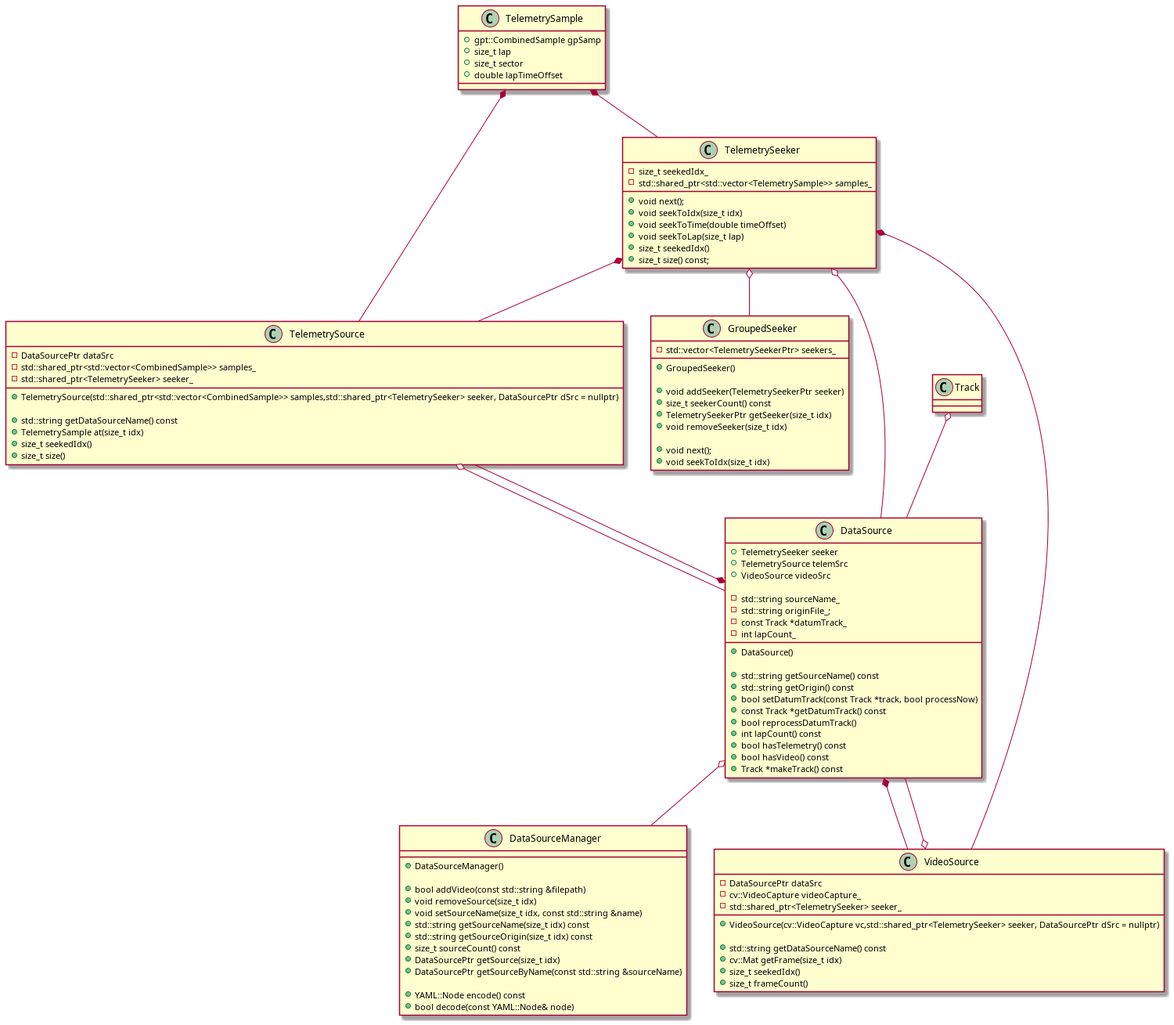
Above: docs/plantuml_imgs/dataSourceClasses.png in hankedan000/gopro-overlay (PlantUML), before the change.
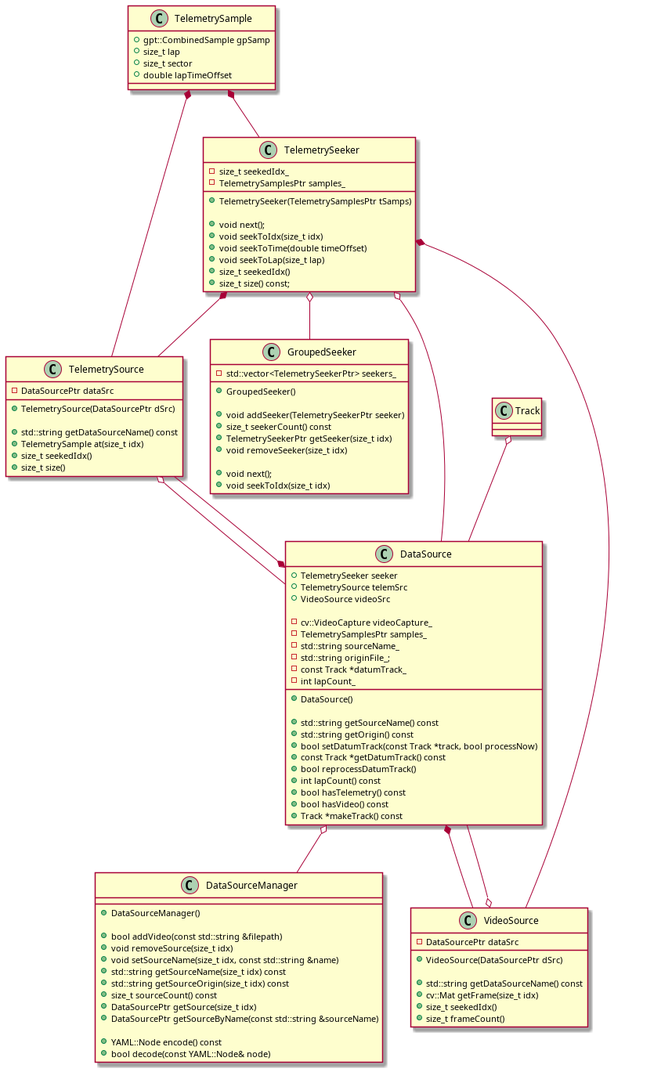
Above is the later version.

The edit, as a diff of the source:
```diff
@@ -8,6 +8,8 @@
 }
 
 class TelemetrySeeker {
+	+TelemetrySeeker(TelemetrySamplesPtr tSamps)
+
 	+void next();
 	+void seekToIdx(size_t idx)
 	+void seekToTime(double timeOffset)
@@ -16,7 +18,7 @@
 	+size_t size() const;
 
 	-size_t seekedIdx_
-	-std::shared_ptr<std::vector<TelemetrySample>> samples_
+	-TelemetrySamplesPtr samples_
 }
 
 class GroupedSeeker {
@@ -34,7 +36,7 @@
 }
 
 class TelemetrySource {
-	+TelemetrySource(std::shared_ptr<std::vector<CombinedSample>> samples,std::shared_ptr<TelemetrySeeker> seeker, DataSourcePtr dSrc = nullptr)
+	+TelemetrySource(DataSourcePtr dSrc)
 
 	+std::string getDataSourceName() const
 	+TelemetrySample at(size_t idx)
@@ -42,12 +44,10 @@
 	+size_t size()
 
 	-DataSourcePtr dataSrc
-	-std::shared_ptr<std::vector<CombinedSample>> samples_
-	-std::shared_ptr<TelemetrySeeker> seeker_
 }
 
 class VideoSource {
-	+VideoSource(cv::VideoCapture vc,std::shared_ptr<TelemetrySeeker> seeker, DataSourcePtr dSrc = nullptr)
+	+VideoSource(DataSourcePtr dSrc)
 
 	+std::string getDataSourceName() const
 	+cv::Mat getFrame(size_t idx)
@@ -55,8 +55,6 @@
 	+size_t frameCount()
 
 	-DataSourcePtr dataSrc
-	-cv::VideoCapture videoCapture_
-	-std::shared_ptr<TelemetrySeeker> seeker_
 }
 
 class DataSource {
@@ -76,6 +74,8 @@
 	+TelemetrySource telemSrc
 	+VideoSource videoSrc
 
+	-cv::VideoCapture videoCapture_
+	-TelemetrySamplesPtr samples_
 	-std::string sourceName_
 	-std::string originFile_;
 	-const Track *datumTrack_
```
